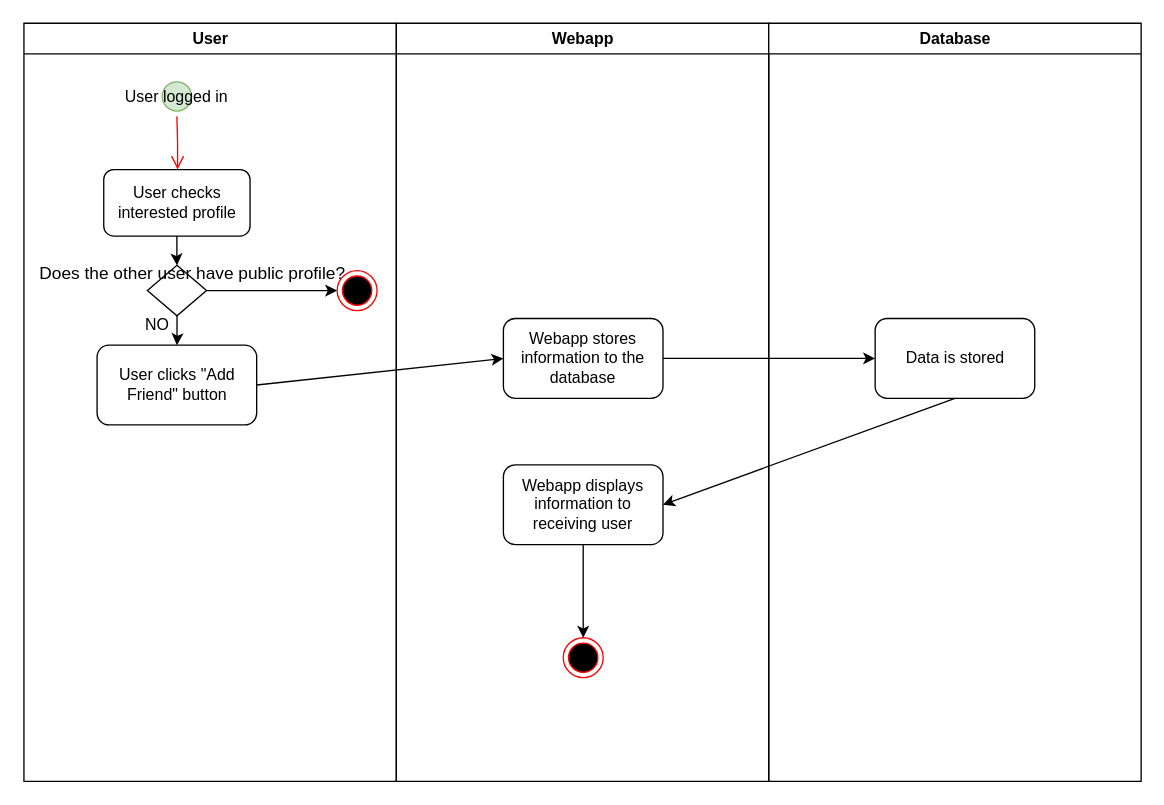
The draw.io diagram diagramFolder/friendRequest.drawio in omilhano/SocialHire, before the edit. Source tidied: cells renumbered, new cells numbered last; positions are measured from the earlier drawing's top-left corner, leaving out a move shared by most shapes. Both pictures are drawn from the tidied source at 133%, with x=0, y=0 at pixel (23, 23).
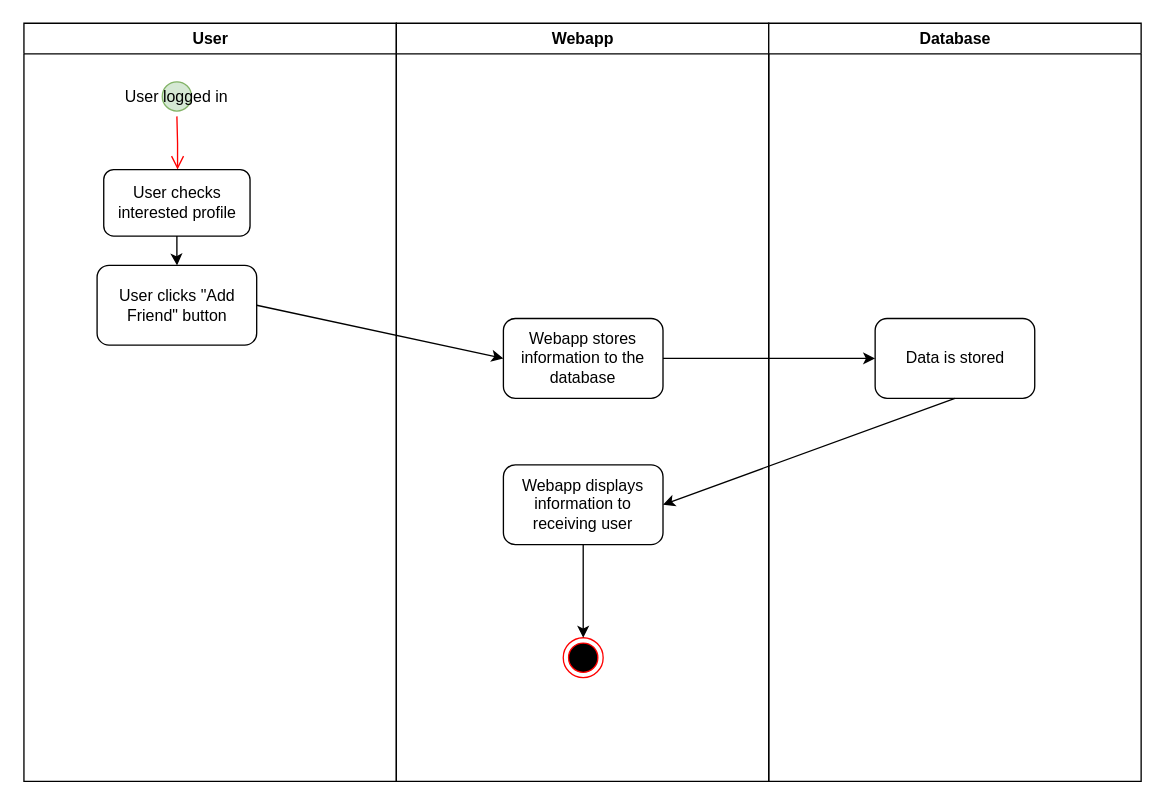
The same page after the edit.

Commit message:
Finished Friendrequest

The change refers to these unchanged cells:
```xml
<mxCell id="2" value="User" style="swimlane;whiteSpace=wrap;" parent="1" vertex="1">
  <mxGeometry x="0.5" width="280" height="570" as="geometry" />
</mxCell>
<mxCell id="6" value="User checks interested profile" style="whiteSpace=wrap;rounded=1;" parent="2" vertex="1">
  <mxGeometry x="60" y="110" width="110" height="50" as="geometry" />
</mxCell>
```

What changed in the source:
```diff
@@
-    <mxCell id="5" style="edgeStyle=orthogonalEdgeStyle;rounded=0;jettySize=auto;html=1;" parent="2" edge="1" source="6" target="10">
-      <mxGeometry relative="1" as="geometry" />
+    <mxCell id="5" style="edgeStyle=orthogonalEdgeStyle;rounded=0;jettySize=auto;html=1;" parent="2" edge="1" source="6">
+      <mxGeometry relative="1" as="geometry">
+        <mxPoint x="115.1" y="182.1" as="targetPoint" />
+      </mxGeometry>
     </mxCell>
@@
     <mxCell id="7" value="User clicks &quot;Add Friend&quot; button" style="whiteSpace=wrap;html=1;rounded=1;" parent="2" vertex="1">
-      <mxGeometry x="55" y="242" width="120" height="60" as="geometry" />
+      <mxGeometry x="55" y="182" width="120" height="60" as="geometry" />
     </mxCell>
-    <mxCell id="8" style="edgeStyle=orthogonalEdgeStyle;rounded=0;jettySize=auto;html=1;" parent="2" edge="1" source="10" target="7">
-      <mxGeometry relative="1" as="geometry" />
-    </mxCell>
-    <mxCell id="9" style="edgeStyle=orthogonalEdgeStyle;rounded=0;jettySize=auto;html=1;" parent="2" edge="1" source="10" target="11">
-      <mxGeometry relative="1" as="geometry" />
-    </mxCell>
-    <mxCell id="10" value="&lt;font style=&quot;font-size: 13px;&quot;&gt;Does the other user have public profile?&lt;/font&gt;" style="rhombus;html=1;align=center;horizontal=1;verticalAlign=middle;labelPosition=center;verticalLabelPosition=middle;spacingLeft=23;spacingBottom=11;spacingTop=-16;" parent="2" vertex="1">
-      <mxGeometry x="92.8" y="182" width="44.5" height="38" as="geometry" />
-    </mxCell>
-    <mxCell id="11" style="ellipse;html=1;shape=endState;fillColor=#000000;strokeColor=#ff0000;" parent="2" vertex="1">
-      <mxGeometry x="235.5" y="186" width="30" height="30" as="geometry" />
-    </mxCell>
-    <mxCell id="12" value="NO" style="text;html=1;align=center;verticalAlign=middle;whiteSpace=wrap;rounded=0;" parent="2" vertex="1">
-      <mxGeometry x="70" y="212" width="60" height="30" as="geometry" />
-    </mxCell>
```
